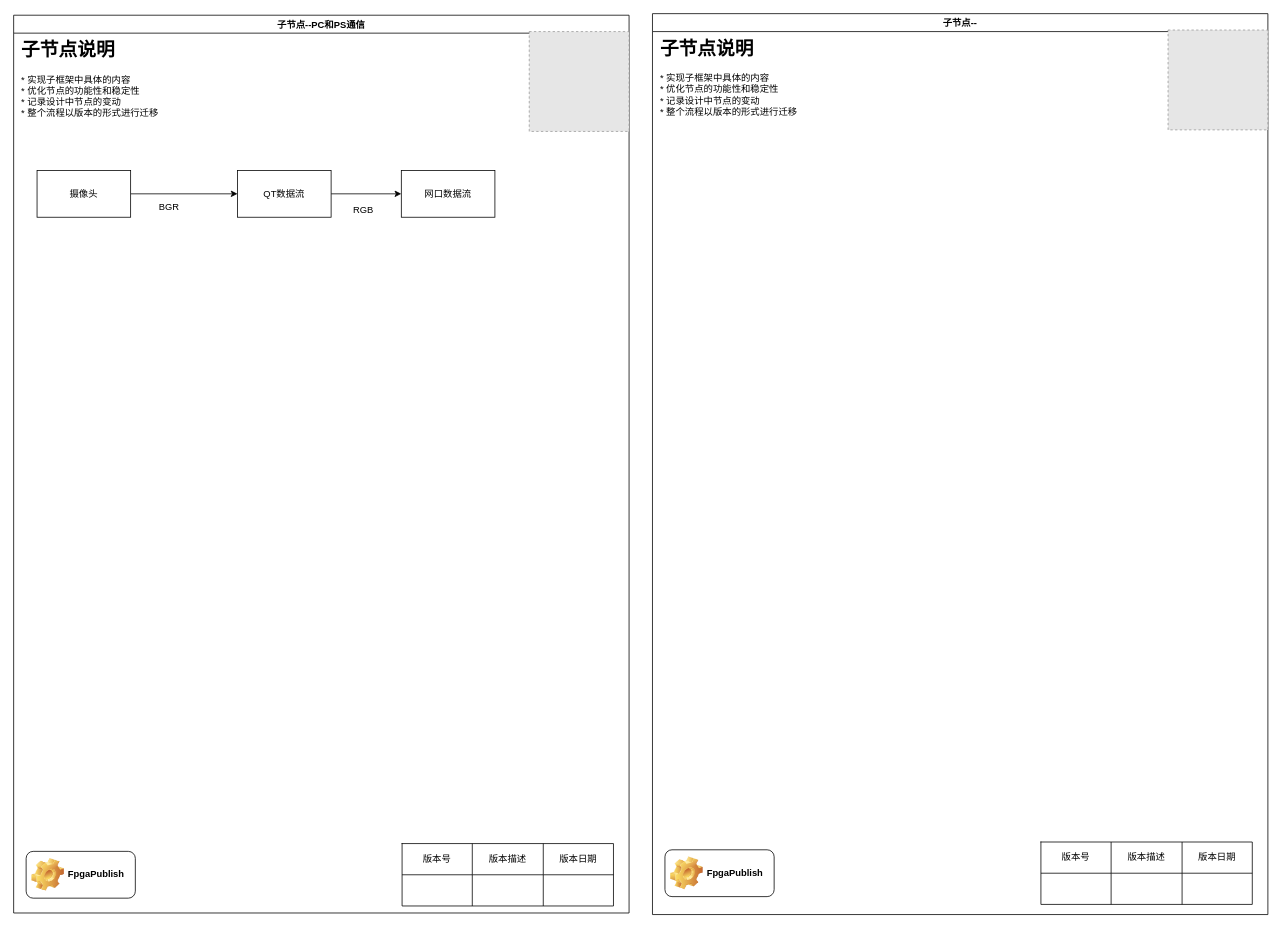
The draw.io diagram page "子节点--PC和PS通信" (4 of 4) of smart_eye_exec_flow/smart_eye_flow_manual.drawio in FpgaPublish/k0_smart_eye, before the edit. Source tidied: cells renumbered, new cells numbered last; positions are measured from the earlier drawing's top-left corner, leaving out a move shared by most shapes. Both pictures are drawn from the tidied source at 78%, with x=0, y=0 at pixel (13, 13). Pictures stored in the file or linked from it are replaced by grey dashed boxes.
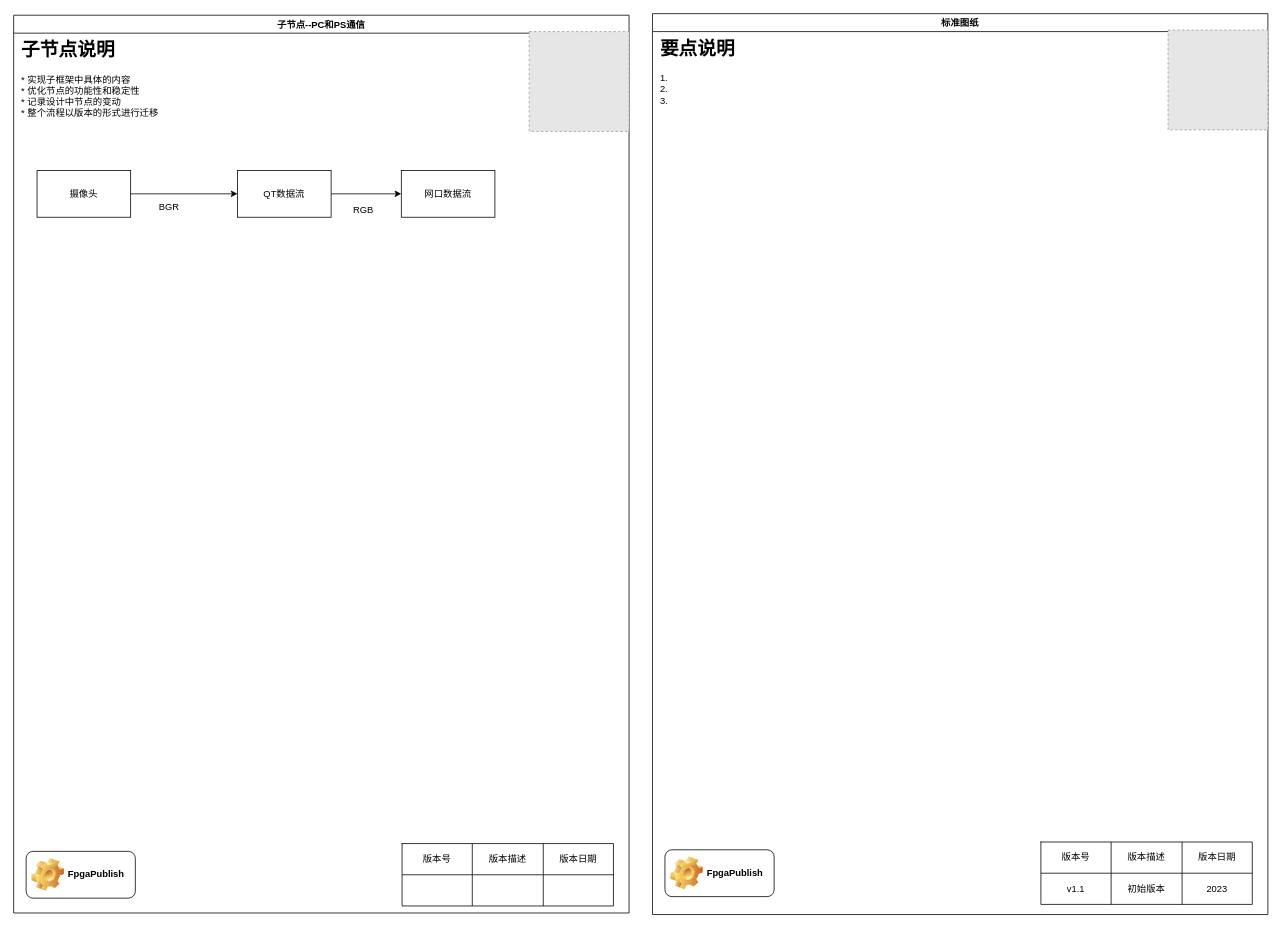
Above is the later version.

Unchanged cells that the change refers to:
```xml
<mxCell id="30" style="shape=tableRow;horizontal=0;startSize=0;swimlaneHead=0;swimlaneBody=0;top=0;left=0;bottom=0;right=0;fillColor=none;" parent="25" vertex="1">
  <mxGeometry y="40" width="271" height="40" as="geometry" />
</mxCell>
```

Change to the diagram source:
```diff
@@
-    <mxCell id="22" value="子节点--" style="swimlane;startSize=23;" parent="1" vertex="1">
+    <mxCell id="22" value="标准图纸" style="swimlane;startSize=23;" parent="1" vertex="1">
       <mxGeometry x="819" width="789" height="1155" as="geometry" />
     </mxCell>
-    <mxCell id="23" value="&lt;h1&gt;子节点说明&lt;/h1&gt;&lt;div&gt;* 实现子框架中具体的内容&lt;/div&gt;&lt;div&gt;* 优化节点的功能性和稳定性&lt;/div&gt;&lt;div&gt;* 记录设计中节点的变动&lt;/div&gt;&lt;div&gt;* 整个流程以版本的形式进行迁移&lt;/div&gt;" style="text;html=1;strokeColor=none;fillColor=none;spacing=5;spacingTop=-20;whiteSpace=wrap;overflow=hidden;rounded=0;" parent="22" vertex="1">
+    <mxCell id="23" value="&lt;h1&gt;要点说明&lt;/h1&gt;&lt;div&gt;1.&lt;/div&gt;&lt;div&gt;2.&lt;/div&gt;&lt;div&gt;3.&lt;/div&gt;" style="text;html=1;strokeColor=none;fillColor=none;spacing=5;spacingTop=-20;whiteSpace=wrap;overflow=hidden;rounded=0;" parent="22" vertex="1">
       <mxGeometry x="5" y="25" width="190" height="120" as="geometry" />
     </mxCell>
@@
-    <mxCell id="31" style="shape=partialRectangle;html=1;whiteSpace=wrap;overflow=hidden;fillColor=none;top=0;left=0;bottom=0;right=0;" parent="30" vertex="1">
+    <mxCell id="31" value="v1.1" style="shape=partialRectangle;html=1;whiteSpace=wrap;overflow=hidden;fillColor=none;top=0;left=0;bottom=0;right=0;" parent="30" vertex="1">
       <mxGeometry width="90" height="40" as="geometry" />
     </mxCell>
-    <mxCell id="32" style="shape=partialRectangle;html=1;whiteSpace=wrap;overflow=hidden;fillColor=none;top=0;left=0;bottom=0;right=0;" parent="30" vertex="1">
+    <mxCell id="32" value="初始版本" style="shape=partialRectangle;html=1;whiteSpace=wrap;overflow=hidden;fillColor=none;top=0;left=0;bottom=0;right=0;" parent="30" vertex="1">
       <mxGeometry x="90" width="91" height="40" as="geometry" />
     </mxCell>
-    <mxCell id="33" style="shape=partialRectangle;html=1;whiteSpace=wrap;overflow=hidden;fillColor=none;top=0;left=0;bottom=0;right=0;" parent="30" vertex="1">
+    <mxCell id="33" value="2023" style="shape=partialRectangle;html=1;whiteSpace=wrap;overflow=hidden;fillColor=none;top=0;left=0;bottom=0;right=0;" parent="30" vertex="1">
       <mxGeometry x="181" width="90" height="40" as="geometry" />
     </mxCell>
```
